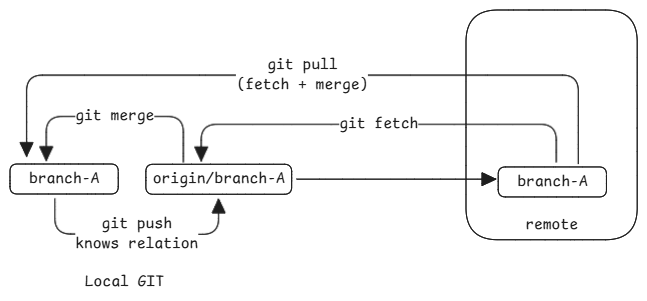
Before: static/img/git-branches-remote.excalidraw.png, a diagram exported from Excalidraw (swaroopar/inprogress-engineer). Source tidied: one line per element, renumbered; positions are measured from the earlier drawing's top-left corner, leaving out a move shared by most shapes. The source it was exported from:
```json
{"id": 0, "type": "rectangle", "strokeColor": "#1e1e1e", "strokeWidth": 1, "roughness": 0, "round": true, "x": 456, "y": 0, "width": 171, "height": 230}
{"id": 1, "type": "text", "text": "remote", "strokeColor": "#1e1e1e", "strokeWidth": 1, "roughness": 0, "fontSize": 16, "fontFamily": 8, "textAlign": "center", "verticalAlign": "bottom", "inside": 0, "x": 515, "y": 205, "width": 53, "height": 20}
{"id": 2, "type": "rectangle", "strokeColor": "#1e1e1e", "strokeWidth": 1, "roughness": 0, "round": true, "x": 136, "y": 154, "width": 146, "height": 30}
{"id": 3, "type": "text", "text": "origin/branch-A", "strokeColor": "#1e1e1e", "strokeWidth": 1, "roughness": 0, "fontSize": 16, "fontFamily": 8, "textAlign": "center", "verticalAlign": "middle", "inside": 2, "x": 143, "y": 159, "width": 132, "height": 20}
{"id": 4, "type": "rectangle", "strokeColor": "#1e1e1e", "strokeWidth": 1, "roughness": 0, "round": true, "x": 488, "y": 157, "width": 108, "height": 30}
{"id": 5, "type": "text", "text": "branch-A", "strokeColor": "#1e1e1e", "strokeWidth": 1, "roughness": 0, "fontSize": 16, "fontFamily": 8, "textAlign": "center", "verticalAlign": "middle", "inside": 4, "x": 507, "y": 162, "width": 70, "height": 20}
{"id": 6, "type": "rectangle", "strokeColor": "#1e1e1e", "strokeWidth": 1, "roughness": 0, "round": true, "x": 0, "y": 154, "width": 108, "height": 30}
{"id": 7, "type": "text", "text": "branch-A", "strokeColor": "#1e1e1e", "strokeWidth": 1, "roughness": 0, "fontSize": 16, "fontFamily": 8, "textAlign": "center", "verticalAlign": "middle", "inside": 6, "x": 19, "y": 159, "width": 70, "height": 20}
{"id": 8, "type": "arrow", "strokeColor": "#1e1e1e", "strokeWidth": 1, "roughness": 0, "endArrowhead": "triangle", "from": 4, "to": 2, "x": 546, "y": 152, "width": 355, "height": 38, "points": [[0, 0], [0, -38], [-355, -38], [-355, -1]]}
{"id": 9, "type": "text", "text": "git fetch", "strokeColor": "#1e1e1e", "strokeWidth": 1, "roughness": 0, "fontSize": 16, "fontFamily": 8, "textAlign": "center", "verticalAlign": "middle", "inside": 8, "x": 330, "y": 93, "width": 79, "height": 20}
{"id": 10, "type": "arrow", "strokeColor": "#1e1e1e", "strokeWidth": 1, "roughness": 0, "endArrowhead": "triangle", "from": 2, "to": 6, "x": 173, "y": 152, "width": 137, "height": 46, "points": [[0, 0], [0, -46], [-137, -46], [-137, -2]]}
{"id": 11, "type": "text", "text": "git merge", "strokeColor": "#1e1e1e", "strokeWidth": 1, "roughness": 0, "fontSize": 16, "fontFamily": 8, "textAlign": "center", "verticalAlign": "middle", "inside": 10, "x": 65, "y": 96, "width": 79, "height": 20}
{"id": 12, "type": "arrow", "strokeColor": "#1e1e1e", "strokeWidth": 1, "roughness": 0, "endArrowhead": "triangle", "from": 4, "to": 6, "x": 568, "y": 154, "width": 552, "height": 89, "points": [[0, 0], [0, -89], [-552, -89], [-552, -8]]}
{"id": 13, "type": "text", "text": "git pull\n(fetch + merge)", "strokeColor": "#1e1e1e", "strokeWidth": 1, "roughness": 0, "fontSize": 16, "fontFamily": 8, "textAlign": "center", "verticalAlign": "middle", "inside": 12, "x": 226, "y": 45, "width": 132, "height": 40}
{"id": 14, "type": "arrow", "strokeColor": "#1e1e1e", "strokeWidth": 1, "roughness": 0, "endArrowhead": "triangle", "from": 6, "to": 2, "x": 45, "y": 189, "width": 164, "height": 36, "points": [[0, 0], [0, 35], [164, 36], [164, 1]]}
{"id": 15, "type": "text", "text": "git push\nknows relation", "strokeColor": "#1e1e1e", "strokeWidth": 1, "roughness": 0, "fontSize": 16, "fontFamily": 8, "textAlign": "center", "verticalAlign": "middle", "inside": 14, "x": 65, "y": 204, "width": 123, "height": 40}
{"id": 16, "type": "arrow", "strokeColor": "#1e1e1e", "strokeWidth": 1, "roughness": 0, "endArrowhead": "triangle", "from": 2, "x": 287, "y": 169, "width": 199, "height": 0, "points": [[0, 0], [199, 0]]}
{"id": 17, "type": "text", "text": "Local GIT", "strokeColor": "#1e1e1e", "strokeWidth": 1, "roughness": 0, "fontSize": 16, "fontFamily": 8, "x": 75, "y": 262, "width": 79, "height": 20}
```
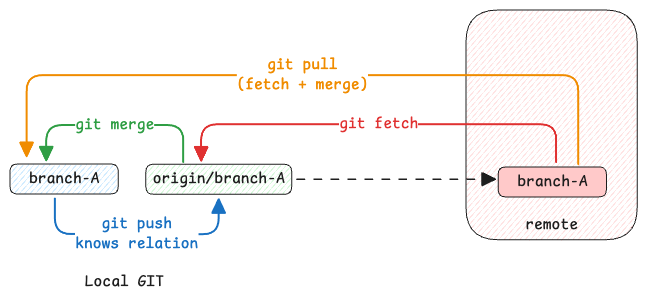
The same file after the commit.

Commit message:
link unused diagram

The edit, as a diff of the source:
```diff
@@ -1,18 +1,18 @@
-{"id": 0, "type": "rectangle", "strokeColor": "#1e1e1e", "strokeWidth": 1, "roughness": 0, "round": true, "x": 456, "y": 0, "width": 171, "height": 230}
+{"id": 0, "type": "rectangle", "strokeColor": "#1e1e1e", "backgroundColor": "#ffc9c9", "fillStyle": "hachure", "strokeWidth": 1, "roughness": 0, "round": true, "x": 456, "y": 0, "width": 171, "height": 230}
 {"id": 1, "type": "text", "text": "remote", "strokeColor": "#1e1e1e", "strokeWidth": 1, "roughness": 0, "fontSize": 16, "fontFamily": 8, "textAlign": "center", "verticalAlign": "bottom", "inside": 0, "x": 515, "y": 205, "width": 53, "height": 20}
-{"id": 2, "type": "rectangle", "strokeColor": "#1e1e1e", "strokeWidth": 1, "roughness": 0, "round": true, "x": 136, "y": 154, "width": 146, "height": 30}
+{"id": 2, "type": "rectangle", "strokeColor": "#1e1e1e", "backgroundColor": "#b2f2bb", "fillStyle": "hachure", "strokeWidth": 1, "roughness": 0, "round": true, "x": 136, "y": 154, "width": 146, "height": 30}
 {"id": 3, "type": "text", "text": "origin/branch-A", "strokeColor": "#1e1e1e", "strokeWidth": 1, "roughness": 0, "fontSize": 16, "fontFamily": 8, "textAlign": "center", "verticalAlign": "middle", "inside": 2, "x": 143, "y": 159, "width": 132, "height": 20}
-{"id": 4, "type": "rectangle", "strokeColor": "#1e1e1e", "strokeWidth": 1, "roughness": 0, "round": true, "x": 488, "y": 157, "width": 108, "height": 30}
+{"id": 4, "type": "rectangle", "strokeColor": "#1e1e1e", "backgroundColor": "#ffc9c9", "fillStyle": "solid", "strokeWidth": 1, "roughness": 0, "round": true, "x": 488, "y": 157, "width": 108, "height": 30}
 {"id": 5, "type": "text", "text": "branch-A", "strokeColor": "#1e1e1e", "strokeWidth": 1, "roughness": 0, "fontSize": 16, "fontFamily": 8, "textAlign": "center", "verticalAlign": "middle", "inside": 4, "x": 507, "y": 162, "width": 70, "height": 20}
-{"id": 6, "type": "rectangle", "strokeColor": "#1e1e1e", "strokeWidth": 1, "roughness": 0, "round": true, "x": 0, "y": 154, "width": 108, "height": 30}
+{"id": 6, "type": "rectangle", "strokeColor": "#1e1e1e", "backgroundColor": "#a5d8ff", "fillStyle": "hachure", "strokeWidth": 1, "roughness": 0, "round": true, "x": 0, "y": 154, "width": 108, "height": 30}
 {"id": 7, "type": "text", "text": "branch-A", "strokeColor": "#1e1e1e", "strokeWidth": 1, "roughness": 0, "fontSize": 16, "fontFamily": 8, "textAlign": "center", "verticalAlign": "middle", "inside": 6, "x": 19, "y": 159, "width": 70, "height": 20}
-{"id": 8, "type": "arrow", "strokeColor": "#1e1e1e", "strokeWidth": 1, "roughness": 0, "endArrowhead": "triangle", "from": 4, "to": 2, "x": 546, "y": 152, "width": 355, "height": 38, "points": [[0, 0], [0, -38], [-355, -38], [-355, -1]]}
+{"id": 8, "type": "arrow", "strokeColor": "#e03131", "strokeWidth": 2, "roughness": 0, "endArrowhead": "triangle", "from": 4, "to": 2, "x": 546, "y": 152, "width": 355, "height": 38, "points": [[0, 0], [0, -38], [-355, -38], [-355, -1]]}
-{"id": 9, "type": "text", "text": "git fetch", "strokeColor": "#1e1e1e", "strokeWidth": 1, "roughness": 0, "fontSize": 16, "fontFamily": 8, "textAlign": "center", "verticalAlign": "middle", "inside": 8, "x": 330, "y": 93, "width": 79, "height": 20}
+{"id": 9, "type": "text", "text": "git fetch", "strokeColor": "#e03131", "strokeWidth": 1, "roughness": 0, "fontSize": 16, "fontFamily": 8, "textAlign": "center", "verticalAlign": "middle", "inside": 8, "x": 330, "y": 93, "width": 79, "height": 20}
-{"id": 10, "type": "arrow", "strokeColor": "#1e1e1e", "strokeWidth": 1, "roughness": 0, "endArrowhead": "triangle", "from": 2, "to": 6, "x": 173, "y": 152, "width": 137, "height": 46, "points": [[0, 0], [0, -46], [-137, -46], [-137, -2]]}
+{"id": 10, "type": "arrow", "strokeColor": "#2f9e44", "strokeWidth": 2, "roughness": 0, "endArrowhead": "triangle", "from": 2, "to": 6, "x": 173, "y": 152, "width": 137, "height": 37, "points": [[0, 0], [0, -37], [-137, -37], [-137, -2]]}
-{"id": 11, "type": "text", "text": "git merge", "strokeColor": "#1e1e1e", "strokeWidth": 1, "roughness": 0, "fontSize": 16, "fontFamily": 8, "textAlign": "center", "verticalAlign": "middle", "inside": 10, "x": 65, "y": 96, "width": 79, "height": 20}
+{"id": 11, "type": "text", "text": "git merge", "strokeColor": "#2f9e44", "strokeWidth": 1, "roughness": 0, "fontSize": 16, "fontFamily": 8, "textAlign": "center", "verticalAlign": "middle", "inside": 10, "x": 65, "y": 96, "width": 79, "height": 20}
-{"id": 12, "type": "arrow", "strokeColor": "#1e1e1e", "strokeWidth": 1, "roughness": 0, "endArrowhead": "triangle", "from": 4, "to": 6, "x": 568, "y": 154, "width": 552, "height": 89, "points": [[0, 0], [0, -89], [-552, -89], [-552, -8]]}
+{"id": 12, "type": "arrow", "strokeColor": "#f08c00", "strokeWidth": 2, "roughness": 0, "endArrowhead": "triangle", "from": 4, "to": 6, "x": 568, "y": 154, "width": 552, "height": 89, "points": [[0, 0], [0, -89], [-552, -89], [-552, -8]]}
-{"id": 13, "type": "text", "text": "git pull\n(fetch + merge)", "strokeColor": "#1e1e1e", "strokeWidth": 1, "roughness": 0, "fontSize": 16, "fontFamily": 8, "textAlign": "center", "verticalAlign": "middle", "inside": 12, "x": 226, "y": 45, "width": 132, "height": 40}
+{"id": 13, "type": "text", "text": "git pull\n(fetch + merge)", "strokeColor": "#f08c00", "strokeWidth": 1, "roughness": 0, "fontSize": 16, "fontFamily": 8, "textAlign": "center", "verticalAlign": "middle", "inside": 12, "x": 226, "y": 45, "width": 132, "height": 40}
-{"id": 14, "type": "arrow", "strokeColor": "#1e1e1e", "strokeWidth": 1, "roughness": 0, "endArrowhead": "triangle", "from": 6, "to": 2, "x": 45, "y": 189, "width": 164, "height": 36, "points": [[0, 0], [0, 35], [164, 36], [164, 1]]}
+{"id": 14, "type": "arrow", "strokeColor": "#1971c2", "strokeWidth": 2, "roughness": 0, "endArrowhead": "triangle", "from": 6, "to": 2, "x": 45, "y": 189, "width": 164, "height": 36, "points": [[0, 0], [0, 35], [164, 36], [164, 1]]}
-{"id": 15, "type": "text", "text": "git push\nknows relation", "strokeColor": "#1e1e1e", "strokeWidth": 1, "roughness": 0, "fontSize": 16, "fontFamily": 8, "textAlign": "center", "verticalAlign": "middle", "inside": 14, "x": 65, "y": 204, "width": 123, "height": 40}
+{"id": 15, "type": "text", "text": "git push\nknows relation", "strokeColor": "#1971c2", "strokeWidth": 1, "roughness": 0, "fontSize": 16, "fontFamily": 8, "textAlign": "center", "verticalAlign": "middle", "inside": 14, "x": 65, "y": 204, "width": 123, "height": 40}
-{"id": 16, "type": "arrow", "strokeColor": "#1e1e1e", "strokeWidth": 1, "roughness": 0, "endArrowhead": "triangle", "from": 2, "x": 287, "y": 169, "width": 199, "height": 0, "points": [[0, 0], [199, 0]]}
+{"id": 16, "type": "arrow", "strokeColor": "#1e1e1e", "strokeWidth": 1, "strokeStyle": "dashed", "roughness": 0, "endArrowhead": "triangle", "from": 2, "x": 287, "y": 169, "width": 199, "height": 0, "points": [[0, 0], [199, 0]]}
 {"id": 17, "type": "text", "text": "Local GIT", "strokeColor": "#1e1e1e", "strokeWidth": 1, "roughness": 0, "fontSize": 16, "fontFamily": 8, "x": 75, "y": 262, "width": 79, "height": 20}
```
